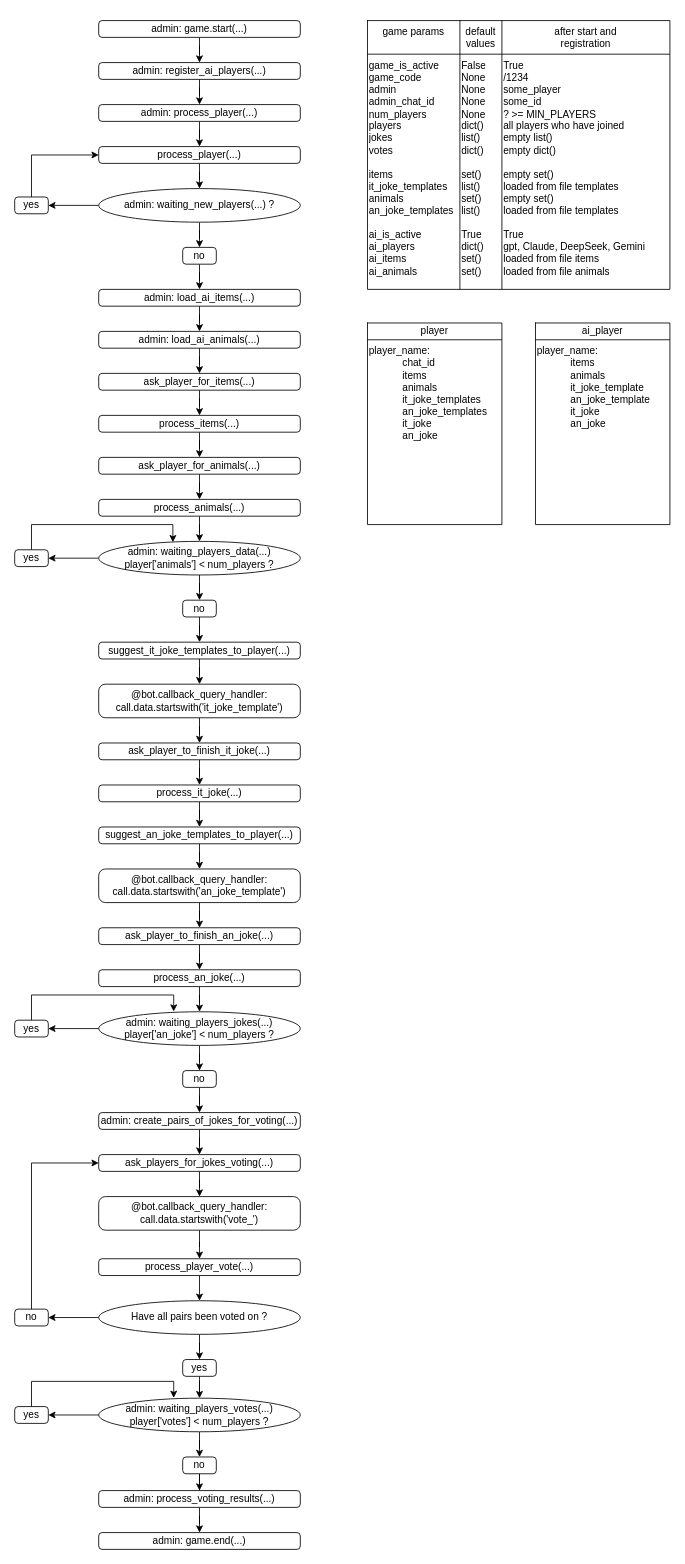
yuko-37/smehahuehbot keeps this draw.io diagram as page "Page-1" (1 of 2) of telebot.drawio. Above is the earlier version. Source tidied: cells renumbered, new cells numbered last; positions are measured from the earlier drawing's top-left corner, leaving out a move shared by most shapes. Both pictures are drawn from the tidied source at 84%, with x=0, y=0 at pixel (14, 20).
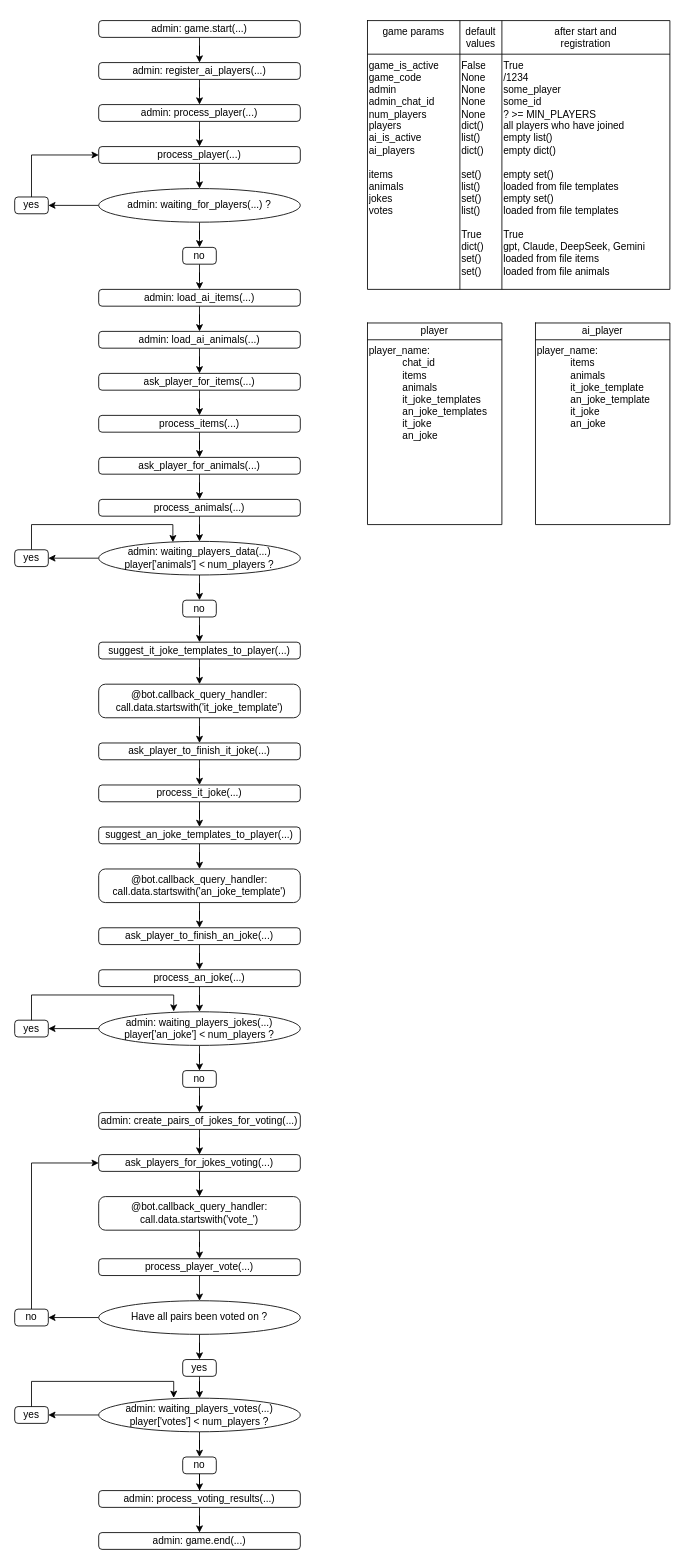
The same diagram, later.

Unchanged cells that the change refers to:
```xml
<mxCell id="7" style="shape=tableRow;horizontal=0;startSize=0;swimlaneHead=0;swimlaneBody=0;strokeColor=inherit;top=0;left=0;bottom=0;right=0;fillColor=none;fontSize=16;verticalAlign=top;" parent="2" vertex="1">
  <mxGeometry y="40" width="360" height="280" as="geometry" />
</mxCell>
```

Change to the diagram source:
```diff
@@
-    <mxCell id="8" value="&lt;div&gt;game_is_active&lt;/div&gt;&lt;div style=&quot;&quot;&gt;game_code&lt;/div&gt;&lt;div style=&quot;&quot;&gt;&lt;span style=&quot;background-color: transparent; color: light-dark(rgb(0, 0, 0), rgb(255, 255, 255));&quot;&gt;admin&lt;/span&gt;&lt;/div&gt;&lt;div&gt;admin_chat_id&lt;/div&gt;&lt;div&gt;num_players&lt;/div&gt;&lt;div&gt;players&lt;/div&gt;&lt;div&gt;jokes&lt;/div&gt;&lt;div&gt;votes&lt;/div&gt;&lt;div&gt;&lt;br&gt;&lt;/div&gt;&lt;div&gt;items&lt;/div&gt;&lt;div&gt;it_joke_templates&lt;/div&gt;&lt;div&gt;animals&lt;/div&gt;&lt;div&gt;an_joke_templates&lt;/div&gt;&lt;div&gt;&lt;br&gt;&lt;/div&gt;&lt;div&gt;ai_is_active&lt;/div&gt;&lt;div&gt;ai_players&lt;/div&gt;&lt;div&gt;ai_items&lt;/div&gt;&lt;div&gt;ai_animals&lt;/div&gt;&lt;div&gt;&lt;br&gt;&lt;/div&gt;" style="shape=partialRectangle;html=1;whiteSpace=wrap;strokeColor=inherit;overflow=hidden;fillColor=none;top=0;left=0;bottom=0;right=0;fontSize=12;align=left;verticalAlign=top;" parent="7" vertex="1">
+    <mxCell id="8" value="&lt;div&gt;game_is_active&lt;/div&gt;&lt;div style=&quot;&quot;&gt;game_code&lt;/div&gt;&lt;div style=&quot;&quot;&gt;&lt;span style=&quot;background-color: transparent; color: light-dark(rgb(0, 0, 0), rgb(255, 255, 255));&quot;&gt;admin&lt;/span&gt;&lt;/div&gt;&lt;div&gt;admin_chat_id&lt;/div&gt;&lt;div&gt;num_players&lt;/div&gt;&lt;div&gt;players&lt;/div&gt;&lt;div&gt;ai_is_active&lt;/div&gt;&lt;div&gt;ai_players&lt;/div&gt;&lt;div&gt;&lt;br&gt;&lt;/div&gt;&lt;div&gt;items&lt;/div&gt;&lt;div&gt;animals&lt;/div&gt;&lt;div&gt;jokes&lt;/div&gt;&lt;div&gt;votes&lt;/div&gt;&lt;div&gt;&lt;br&gt;&lt;/div&gt;" style="shape=partialRectangle;html=1;whiteSpace=wrap;strokeColor=inherit;overflow=hidden;fillColor=none;top=0;left=0;bottom=0;right=0;fontSize=12;align=left;verticalAlign=top;" parent="7" vertex="1">
       <mxGeometry width="110" height="280" as="geometry" />
     </mxCell>
@@
-    <mxCell id="25" value="admin:&amp;nbsp;&lt;span style=&quot;background-color: transparent; color: light-dark(rgb(0, 0, 0), rgb(255, 255, 255));&quot;&gt;waiting_new_players(...) ?&lt;/span&gt;" style="ellipse;whiteSpace=wrap;html=1;" parent="1" vertex="1">
+    <mxCell id="25" value="admin:&amp;nbsp;&lt;span style=&quot;background-color: transparent; color: light-dark(rgb(0, 0, 0), rgb(255, 255, 255));&quot;&gt;waiting_for_players(...) ?&lt;/span&gt;" style="ellipse;whiteSpace=wrap;html=1;" parent="1" vertex="1">
       <mxGeometry x="100" y="200" width="240" height="40" as="geometry" />
     </mxCell>
```
